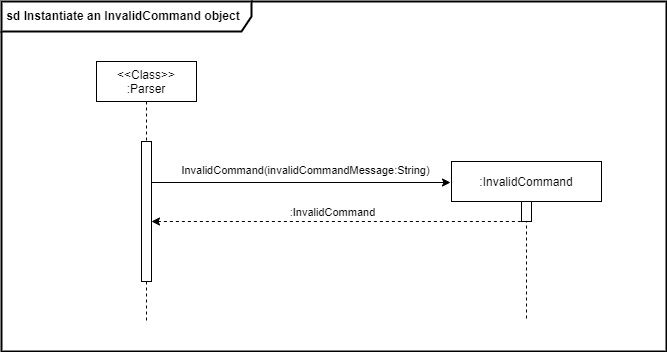
nus-cs2113-AY2122S2/tp keeps this draw.io diagram as docs/images/developerguide/RefInvalidCommand.drawio.png. Above is the earlier version. Source tidied: cells renumbered, new cells last; positions are measured from the earlier drawing's top-left corner, leaving out a move shared by most shapes.
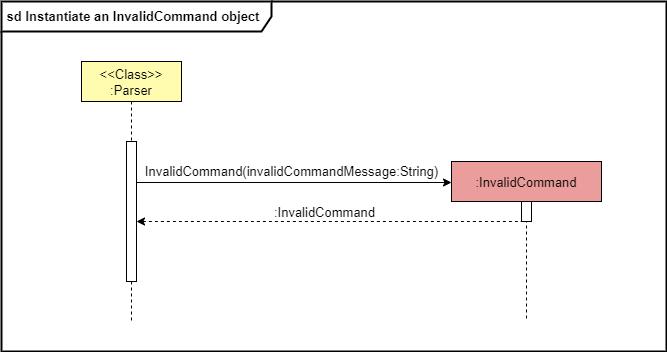
Later version of the same file.

Commit message:
Update all Parser component sequence diagrams

Change to the diagram source:
```diff
@@ -2,29 +2,29 @@
   <root>
     <mxCell id="0" />
     <mxCell id="1" parent="0" />
-    <mxCell id="2" value="&lt;b&gt;&amp;nbsp;sd&amp;nbsp;&lt;span&gt;Instantiate an InvalidCommand object&lt;/span&gt;&lt;/b&gt;" style="shape=umlFrame;whiteSpace=wrap;html=1;strokeWidth=2;width=250;height=30;align=left;" parent="1" vertex="1">
+    <mxCell id="2" value="&lt;b style=&quot;font-size: 13px;&quot;&gt;&amp;nbsp;sd&amp;nbsp;&lt;span style=&quot;font-size: 13px;&quot;&gt;Instantiate an InvalidCommand object&lt;/span&gt;&lt;/b&gt;" style="shape=umlFrame;whiteSpace=wrap;html=1;strokeWidth=2;width=270;height=30;align=left;fontSize=13;" parent="1" vertex="1">
       <mxGeometry width="665" height="350" as="geometry" />
     </mxCell>
-    <mxCell id="3" value=":InvalidCommand" style="shape=umlLifeline;perimeter=lifelinePerimeter;rounded=0;shadow=0;strokeWidth=1;fillColor=#FFFFFF;" parent="1" vertex="1">
+    <mxCell id="3" value=":InvalidCommand" style="shape=umlLifeline;perimeter=lifelinePerimeter;rounded=0;shadow=0;strokeWidth=1;fillColor=#EA9D9A;fontSize=13;" parent="1" vertex="1">
       <mxGeometry x="450" y="160" width="150" height="160" as="geometry" />
     </mxCell>
     <mxCell id="4" style="perimeter=orthogonalPerimeter;rounded=0;shadow=0;strokeWidth=1;fillColor=#FFFFFF;" parent="3" vertex="1">
       <mxGeometry x="70" y="40" width="10" height="20" as="geometry" />
     </mxCell>
-    <mxCell id="5" value="InvalidCommand(invalidCommandMessage:String)" style="endArrow=classic;html=1;rounded=0;startArrow=none;startFill=0;endFill=1;" parent="1" edge="1">
-      <mxGeometry x="0.03" y="12" relative="1" as="geometry">
-        <mxPoint x="149" y="181" as="sourcePoint" />
-        <mxPoint x="449" y="181" as="targetPoint" />
+    <mxCell id="5" value="InvalidCommand(invalidCommandMessage:String)" style="endArrow=classic;html=1;rounded=0;startArrow=none;startFill=0;endFill=1;fontSize=13;" parent="1" edge="1">
+      <mxGeometry x="-0.01" y="11" relative="1" as="geometry">
+        <mxPoint x="135" y="181" as="sourcePoint" />
+        <mxPoint x="450" y="181" as="targetPoint" />
       </mxGeometry>
     </mxCell>
-    <mxCell id="6" value=":InvalidCommand" style="endArrow=none;html=1;rounded=0;startArrow=classic;startFill=1;endFill=0;dashed=1;" parent="1" edge="1">
+    <mxCell id="6" value=":InvalidCommand" style="endArrow=none;html=1;rounded=0;startArrow=classic;startFill=1;endFill=0;dashed=1;fontSize=13;" parent="1" edge="1">
       <mxGeometry x="-0.02" y="9" relative="1" as="geometry">
-        <mxPoint x="150" y="220" as="sourcePoint" />
+        <mxPoint x="135" y="220" as="sourcePoint" />
         <mxPoint x="520" y="220" as="targetPoint" />
       </mxGeometry>
     </mxCell>
-    <mxCell id="7" value="&lt;&lt;Class&gt;&gt;&#10;:Parser" style="shape=umlLifeline;perimeter=lifelinePerimeter;rounded=0;shadow=0;strokeWidth=1;fillColor=#FFFFFF;" parent="1" vertex="1">
-      <mxGeometry x="95" y="60" width="100" height="260" as="geometry" />
+    <mxCell id="7" value="&lt;&lt;Class&gt;&gt;&#10;:Parser" style="shape=umlLifeline;perimeter=lifelinePerimeter;rounded=0;shadow=0;strokeWidth=1;fillColor=#FFFCB0;fontSize=13;" parent="1" vertex="1">
+      <mxGeometry x="80" y="60" width="100" height="260" as="geometry" />
     </mxCell>
     <mxCell id="8" style="perimeter=orthogonalPerimeter;rounded=0;shadow=0;strokeWidth=1;fillColor=#FFFFFF;" parent="7" vertex="1">
       <mxGeometry x="45" y="80" width="10" height="140" as="geometry" />
```
